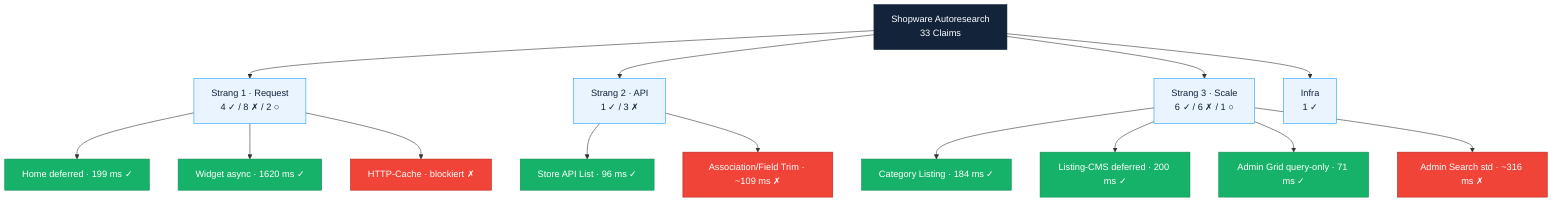
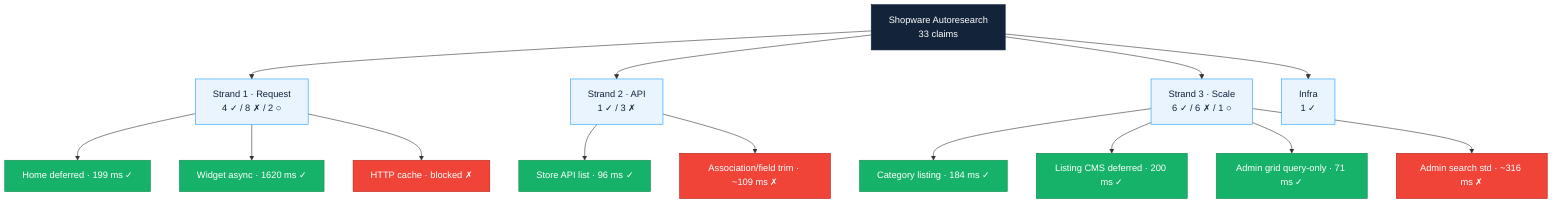
flowchart TD
-     ROOT["Shopware Autoresearch<br/>33 Claims"]
+     ROOT["Shopware Autoresearch<br/>33 claims"]

-     ROOT --> S1["Strang 1 · Request<br/>4 ✓ / 8 ✗ / 2 ○"]
-     ROOT --> S2["Strang 2 · API<br/>1 ✓ / 3 ✗"]
-     ROOT --> S3["Strang 3 · Scale<br/>6 ✓ / 6 ✗ / 1 ○"]
+     ROOT --> S1["Strand 1 · Request<br/>4 ✓ / 8 ✗ / 2 ○"]
+     ROOT --> S2["Strand 2 · API<br/>1 ✓ / 3 ✗"]
+     ROOT --> S3["Strand 3 · Scale<br/>6 ✓ / 6 ✗ / 1 ○"]
    ROOT --> INF["Infra<br/>1 ✓"]

    S1 --> S1A["Home deferred · 199 ms ✓"]
    S1 --> S1B["Widget async · 1620 ms ✓"]
-     S1 --> S1C["HTTP-Cache · blockiert ✗"]
+     S1 --> S1C["HTTP cache · blocked ✗"]

-     S3 --> S3A["Category Listing · 184 ms ✓"]
-     S3 --> S3B["Listing-CMS deferred · 200 ms ✓"]
-     S3 --> S3C["Admin Grid query-only · 71 ms ✓"]
-     S3 --> S3D["Admin Search std · ~316 ms ✗"]
+     S3 --> S3A["Category listing · 184 ms ✓"]
+     S3 --> S3B["Listing CMS deferred · 200 ms ✓"]
+     S3 --> S3C["Admin grid query-only · 71 ms ✓"]
+     S3 --> S3D["Admin search std · ~316 ms ✗"]

-     S2 --> S2A["Store API List · 96 ms ✓"]
-     S2 --> S2B["Association/Field Trim · ~109 ms ✗"]
+     S2 --> S2A["Store API list · 96 ms ✓"]
+     S2 --> S2B["Association/field trim · ~109 ms ✗"]

    classDef ok fill:#17B26A,stroke:#0E8A50,color:#fff;
    classDef bad fill:#F04438,stroke:#B42318,color:#fff;
    classDef strand fill:#EAF4FF,stroke:#189EFF,color:#12233A;
    classDef root fill:#12233A,stroke:#12233A,color:#fff;
    class ROOT root;
    class S1,S2,S3,INF strand;
    class S1A,S1B,S3A,S3B,S3C,S2A ok;
    class S1C,S3D,S2B bad;
